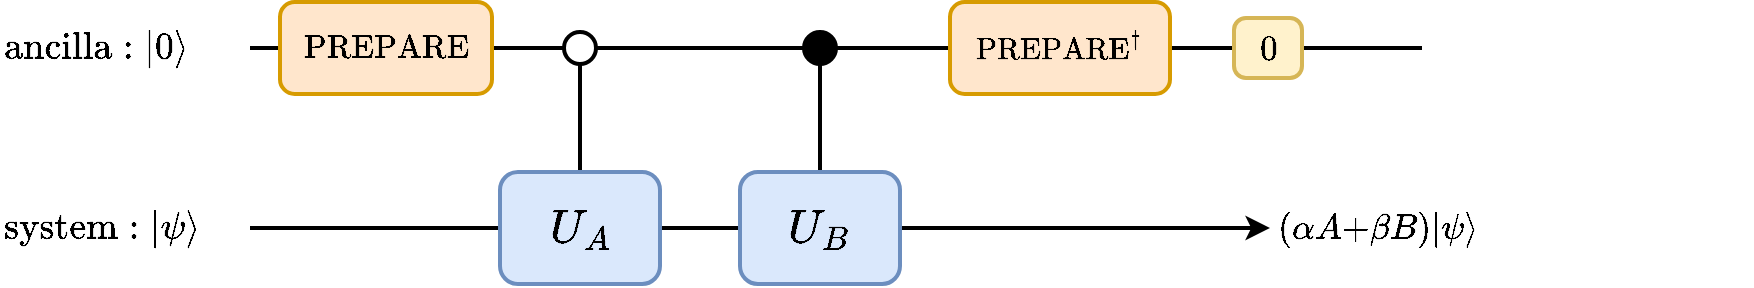
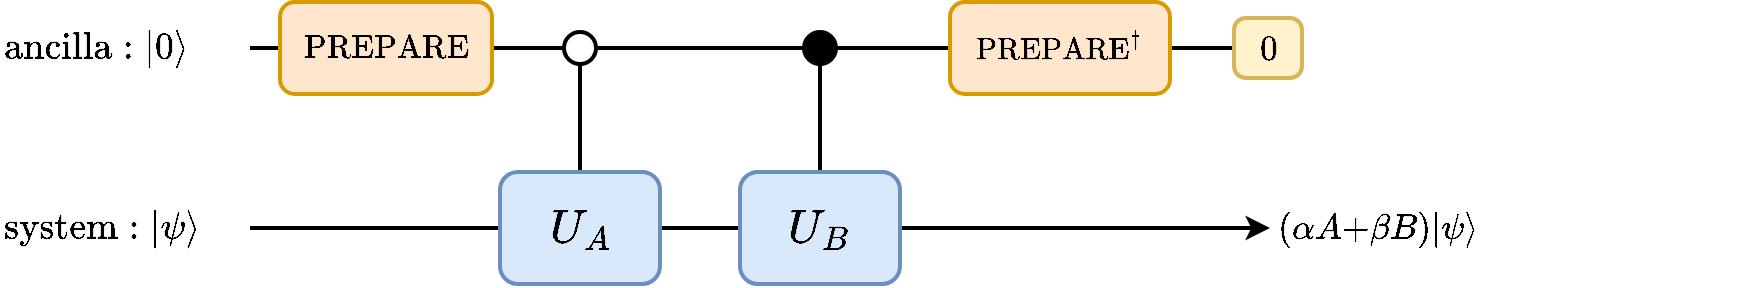
<mxfile host="Electron" agent="Codex">
  <diagram id="lcu-add" name="LCU addition">
    <mxGraphModel dx="772" dy="1209" grid="1" gridSize="10" guides="1" tooltips="1" connect="1" arrows="1" fold="1" page="1" pageScale="1" pageWidth="750" pageHeight="270" math="1" shadow="0">
      <root>
        <mxCell id="0" />
        <mxCell id="1" parent="0" />
        <mxCell id="label-ancilla" parent="1" style="text;html=1;strokeColor=none;fillColor=none;align=left;verticalAlign=middle;fontSize=16" value="$$\mathrm{ancilla}: |0\rangle$$" vertex="1">
          <mxGeometry height="26" width="120" x="5" y="67" as="geometry" />
        </mxCell>
        <mxCell id="label-system" parent="1" style="text;html=1;strokeColor=none;fillColor=none;align=left;verticalAlign=middle;fontSize=16" value="$$\mathrm{system}: |\psi\rangle$$" vertex="1">
          <mxGeometry height="26" width="120" x="5" y="157" as="geometry" />
        </mxCell>
-         <mxCell id="wire-ancilla" edge="1" parent="1" style="endArrow=none;html=1;rounded=0;strokeWidth=2" value="">
+         <mxCell id="wire-ancilla" edge="1" parent="1" style="endArrow=none;html=1;rounded=0;strokeWidth=2;entryX=0.529;entryY=0.5;entryDx=0;entryDy=0;entryPerimeter=0;" target="post" value="">
          <mxGeometry relative="1" as="geometry">
            <mxPoint x="130" y="80" as="sourcePoint" />
            <mxPoint x="716" y="80" as="targetPoint" />
          </mxGeometry>
        </mxCell>
        <mxCell id="wire-system" edge="1" parent="1" style="endArrow=classic;html=1;rounded=0;strokeWidth=2" value="">
          <mxGeometry relative="1" as="geometry">
            <mxPoint x="130" y="170" as="sourcePoint" />
            <mxPoint x="640" y="170" as="targetPoint" />
          </mxGeometry>
        </mxCell>
        <mxCell id="prepare" parent="1" style="rounded=1;whiteSpace=wrap;html=1;arcSize=16;fillColor=#ffe6cc;strokeColor=#d79b00;strokeWidth=2;fontSize=14;fontStyle=1" value="$$\mathrm{PREPARE}$$" vertex="1">
          <mxGeometry height="46" width="106" x="145" y="57" as="geometry" />
        </mxCell>
        <mxCell id="ctrl-ua-line" edge="1" parent="1" style="endArrow=none;html=1;rounded=0;strokeWidth=2" value="">
          <mxGeometry relative="1" as="geometry">
            <mxPoint x="295" y="88" as="sourcePoint" />
            <mxPoint x="295" y="142" as="targetPoint" />
          </mxGeometry>
        </mxCell>
        <mxCell id="ctrl-ua-dot" parent="1" style="ellipse;whiteSpace=wrap;html=1;fillColor=#ffffff;strokeColor=#000000;strokeWidth=2;" value="" vertex="1">
          <mxGeometry height="16" width="16" x="287" y="72" as="geometry" />
        </mxCell>
        <mxCell id="ua" parent="1" style="rounded=1;whiteSpace=wrap;html=1;arcSize=16;fillColor=#dae8fc;strokeColor=#6c8ebf;strokeWidth=2;fontSize=20" value="$$U_A$$" vertex="1">
          <mxGeometry height="56" width="80" x="255" y="142" as="geometry" />
        </mxCell>
        <mxCell id="ctrl-ub-line" edge="1" parent="1" style="endArrow=none;html=1;rounded=0;strokeWidth=2" value="">
          <mxGeometry relative="1" as="geometry">
            <mxPoint x="415" y="88" as="sourcePoint" />
            <mxPoint x="415" y="142" as="targetPoint" />
          </mxGeometry>
        </mxCell>
        <mxCell id="ctrl-ub-dot" parent="1" style="ellipse;whiteSpace=wrap;html=1;fillColor=#000000;strokeColor=#000000;strokeWidth=2;" value="" vertex="1">
          <mxGeometry height="16" width="16" x="407" y="72" as="geometry" />
        </mxCell>
        <mxCell id="ub" parent="1" style="rounded=1;whiteSpace=wrap;html=1;arcSize=16;fillColor=#dae8fc;strokeColor=#6c8ebf;strokeWidth=2;fontSize=20" value="$$U_B$$" vertex="1">
          <mxGeometry height="56" width="80" x="375" y="142" as="geometry" />
        </mxCell>
        <mxCell id="unprepare" parent="1" style="rounded=1;whiteSpace=wrap;html=1;arcSize=16;fillColor=#ffe6cc;strokeColor=#d79b00;strokeWidth=2;fontSize=13" value="$$\mathrm{PREPARE}^{\dagger}$$" vertex="1">
          <mxGeometry height="46" width="110" x="480" y="57" as="geometry" />
        </mxCell>
        <mxCell id="post" parent="1" style="rounded=1;whiteSpace=wrap;html=1;arcSize=20;fillColor=#fff2cc;strokeColor=#d6b656;strokeWidth=2;fontSize=15" value="$$0$$" vertex="1">
          <mxGeometry height="30" width="34" x="622" y="65" as="geometry" />
        </mxCell>
        <mxCell id="output" parent="1" style="text;html=1;strokeColor=none;fillColor=none;align=left;verticalAlign=middle;fontSize=15" value="$$(\alpha A{+}\beta B)|\psi\rangle$$" vertex="1">
          <mxGeometry height="26" width="116" x="642" y="157" as="geometry" />
        </mxCell>
      </root>
    </mxGraphModel>
  </diagram>
</mxfile>
